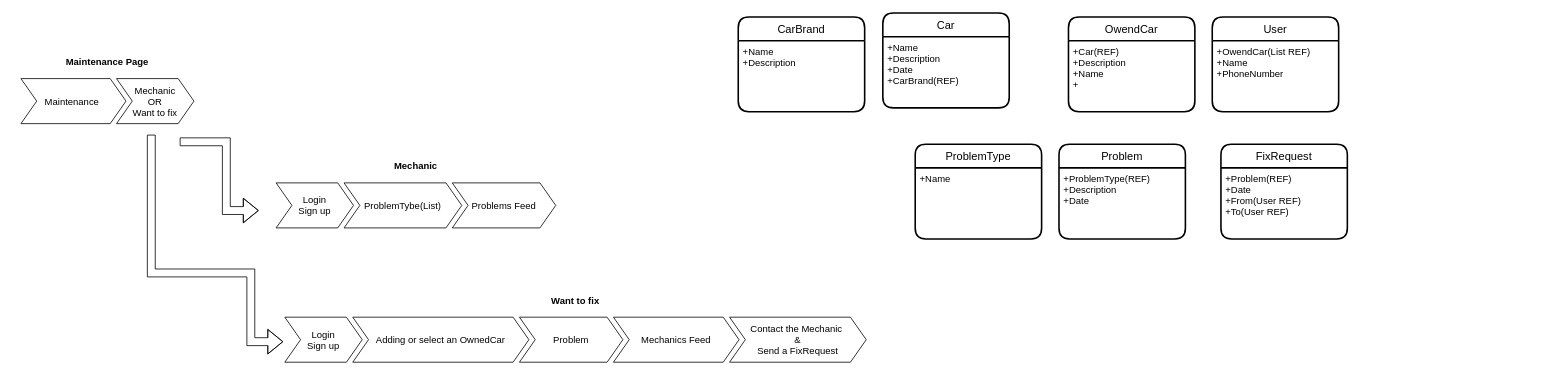
Above: page "Overview" (1 of 4) of Diagram/Prototype v0.1/InterfaceDiagram.drawio in omarwasfi/CM (draw.io), before the change. Source tidied: cells renumbered, new cells numbered last; positions are measured from the earlier drawing's top-left corner, leaving out a move shared by most shapes. Both pictures are drawn from the tidied source at 79%, with x=0, y=0 at pixel (13, 13).
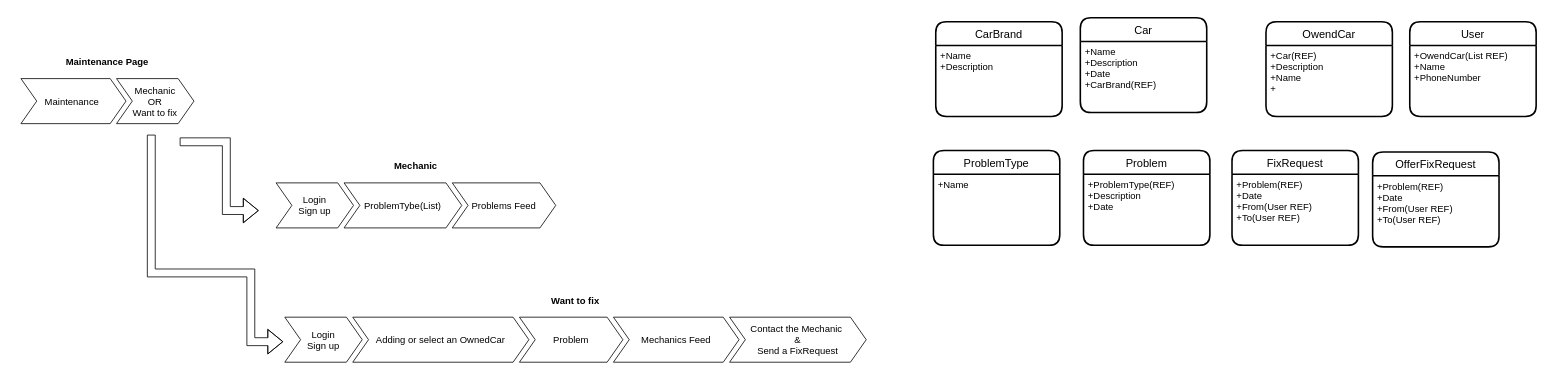
The same diagram, later.

What changed in the source:
```diff
@@
     <mxCell id="17" value="Car" style="swimlane;horizontal=1;startSize=30;rounded=1;fontSize=14;fontStyle=0;strokeWidth=2;shadow=0;dashed=0;align=center;" parent="1" vertex="1">
-      <mxGeometry x="1101" width="160" height="120" as="geometry" />
+      <mxGeometry x="1351" y="6" width="160" height="120" as="geometry" />
     </mxCell>
@@
     <mxCell id="19" value="User" style="swimlane;horizontal=1;startSize=30;rounded=1;fontSize=14;fontStyle=0;strokeWidth=2;shadow=0;dashed=0;align=center;" parent="1" vertex="1">
-      <mxGeometry x="1518" y="5" width="160" height="120" as="geometry" />
+      <mxGeometry x="1768" y="11" width="160" height="120" as="geometry" />
     </mxCell>
@@
     <mxCell id="21" value="FixRequest" style="swimlane;horizontal=1;startSize=30;rounded=1;fontSize=14;fontStyle=0;strokeWidth=2;shadow=0;dashed=0;align=center;" parent="1" vertex="1">
-      <mxGeometry x="1529" y="166" width="160" height="120" as="geometry" />
+      <mxGeometry x="1543" y="174" width="160" height="120" as="geometry" />
     </mxCell>
@@
     <mxCell id="23" value="ProblemType" style="swimlane;horizontal=1;startSize=30;rounded=1;fontSize=14;fontStyle=0;strokeWidth=2;shadow=0;dashed=0;align=center;" parent="1" vertex="1">
-      <mxGeometry x="1142" y="166" width="160" height="120" as="geometry" />
+      <mxGeometry x="1165" y="174" width="160" height="120" as="geometry" />
     </mxCell>
@@
     <mxCell id="25" value="Problem" style="swimlane;horizontal=1;startSize=30;rounded=1;fontSize=14;fontStyle=0;strokeWidth=2;shadow=0;dashed=0;align=center;" parent="1" vertex="1">
-      <mxGeometry x="1324" y="166" width="160" height="120" as="geometry" />
+      <mxGeometry x="1355" y="174" width="160" height="120" as="geometry" />
     </mxCell>
@@
     <mxCell id="27" value="CarBrand" style="swimlane;horizontal=1;startSize=30;rounded=1;fontSize=14;fontStyle=0;strokeWidth=2;shadow=0;dashed=0;align=center;" parent="1" vertex="1">
-      <mxGeometry x="918" y="5" width="160" height="120" as="geometry" />
+      <mxGeometry x="1168" y="11" width="160" height="120" as="geometry" />
     </mxCell>
@@
     <mxCell id="29" value="OwendCar" style="swimlane;horizontal=1;startSize=30;rounded=1;fontSize=14;fontStyle=0;strokeWidth=2;shadow=0;dashed=0;align=center;" parent="1" vertex="1">
-      <mxGeometry x="1336" y="5" width="160" height="120" as="geometry" />
+      <mxGeometry x="1586" y="11" width="160" height="120" as="geometry" />
     </mxCell>
@@
+    <mxCell id="31" value="OfferFixRequest" style="swimlane;horizontal=1;startSize=30;rounded=1;fontSize=14;fontStyle=0;strokeWidth=2;shadow=0;dashed=0;align=center;" parent="1" vertex="1">
+      <mxGeometry x="1721" y="176" width="160" height="120" as="geometry" />
+    </mxCell>
+    <mxCell id="32" value="+Problem(REF)&#10;+Date&#10;+From(User REF)&#10;+To(User REF)" style="align=left;strokeColor=none;fillColor=none;spacingLeft=4;fontSize=12;verticalAlign=top;" parent="31" vertex="1">
+      <mxGeometry y="30" width="160" height="90" as="geometry" />
+    </mxCell>
```
